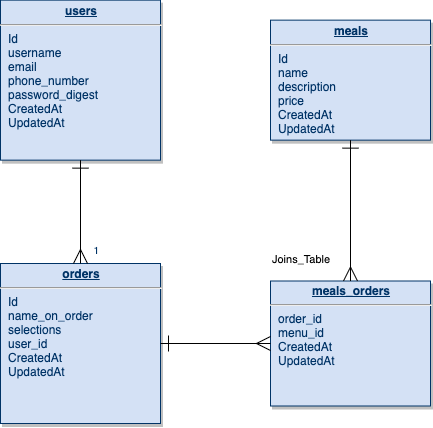
The draw.io diagram home_cookin_ERD.png in corysmith1522/home-cookin, before a commit. Source tidied: cells renumbered, new cells last; positions are measured from the earlier drawing's top-left corner, leaving out a move shared by most shapes.
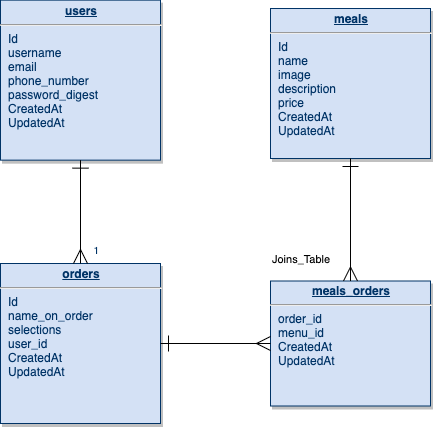
The same diagram one commit later.

Diff of the diagram source:
```diff
@@ -2,8 +2,8 @@
   <root>
     <mxCell id="0" />
     <mxCell id="1" parent="0" />
-    <mxCell id="2" value="&lt;p style=&quot;margin: 0px ; margin-top: 4px ; text-align: center ; text-decoration: underline&quot;&gt;&lt;strong&gt;meals&lt;/strong&gt;&lt;/p&gt;&lt;hr&gt;&lt;p style=&quot;margin: 0px ; margin-left: 8px&quot;&gt;Id&lt;br&gt;name&lt;/p&gt;&lt;p style=&quot;margin: 0px ; margin-left: 8px&quot;&gt;description&lt;/p&gt;&lt;p style=&quot;margin: 0px ; margin-left: 8px&quot;&gt;price&lt;/p&gt;&lt;p style=&quot;margin: 0px ; margin-left: 8px&quot;&gt;CreatedAt&lt;/p&gt;&lt;p style=&quot;margin: 0px ; margin-left: 8px&quot;&gt;UpdatedAt&lt;/p&gt;&lt;p style=&quot;margin: 0px ; margin-left: 8px&quot;&gt;&lt;br&gt;&lt;/p&gt;" style="verticalAlign=top;align=left;overflow=fill;fontSize=12;fontFamily=Helvetica;html=1;strokeColor=#003366;shadow=1;fillColor=#D4E1F5;fontColor=#003366;" parent="1" vertex="1">
-      <mxGeometry x="270" y="19.6" width="160" height="120" as="geometry" />
+    <mxCell id="2" value="&lt;p style=&quot;margin: 0px ; margin-top: 4px ; text-align: center ; text-decoration: underline&quot;&gt;&lt;strong&gt;meals&lt;/strong&gt;&lt;/p&gt;&lt;hr&gt;&lt;p style=&quot;margin: 0px ; margin-left: 8px&quot;&gt;Id&lt;br&gt;name&lt;/p&gt;&lt;p style=&quot;margin: 0px ; margin-left: 8px&quot;&gt;image&lt;/p&gt;&lt;p style=&quot;margin: 0px ; margin-left: 8px&quot;&gt;description&lt;/p&gt;&lt;p style=&quot;margin: 0px ; margin-left: 8px&quot;&gt;price&lt;/p&gt;&lt;p style=&quot;margin: 0px ; margin-left: 8px&quot;&gt;CreatedAt&lt;/p&gt;&lt;p style=&quot;margin: 0px ; margin-left: 8px&quot;&gt;UpdatedAt&lt;/p&gt;&lt;p style=&quot;margin: 0px ; margin-left: 8px&quot;&gt;&lt;br&gt;&lt;/p&gt;" style="verticalAlign=top;align=left;overflow=fill;fontSize=12;fontFamily=Helvetica;html=1;strokeColor=#003366;shadow=1;fillColor=#D4E1F5;fontColor=#003366;" parent="1" vertex="1">
+      <mxGeometry x="270" y="8" width="160" height="150" as="geometry" />
     </mxCell>
     <mxCell id="3" value="&lt;p style=&quot;margin: 0px ; margin-top: 4px ; text-align: center ; text-decoration: underline&quot;&gt;&lt;b&gt;meals_orders&lt;/b&gt;&lt;/p&gt;&lt;hr&gt;&lt;p style=&quot;margin: 0px ; margin-left: 8px&quot;&gt;order_id&lt;/p&gt;&lt;p style=&quot;margin: 0px ; margin-left: 8px&quot;&gt;menu_id&lt;/p&gt;&lt;p style=&quot;margin: 0px ; margin-left: 8px&quot;&gt;CreatedAt&lt;/p&gt;&lt;p style=&quot;margin: 0px ; margin-left: 8px&quot;&gt;UpdatedAt&lt;/p&gt;&lt;p style=&quot;margin: 0px ; margin-left: 8px&quot;&gt;&lt;br&gt;&lt;/p&gt;" style="verticalAlign=top;align=left;overflow=fill;fontSize=12;fontFamily=Helvetica;html=1;strokeColor=#003366;shadow=1;fillColor=#D4E1F5;fontColor=#003366;" parent="1" vertex="1">
       <mxGeometry x="270" y="280.5" width="160" height="125" as="geometry" />
```
